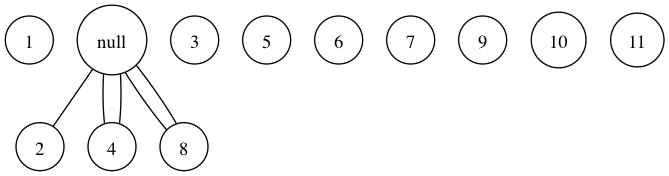
Before: project/caw001.txt.ig.png, a diagram exported from Graphviz (chris-wood/PL241-Compiler). Its source is kept beside it as project/caw001.txt.ig.dot.
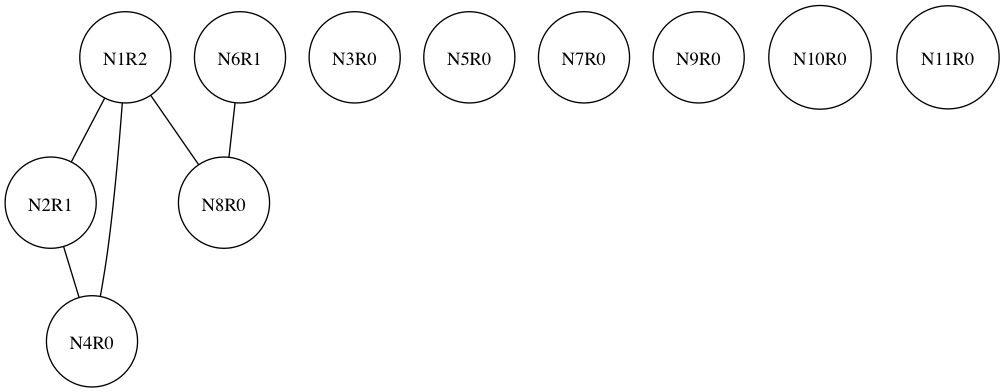
After the commit.

Diff of the diagram source:
```diff
@@ -1,19 +1,19 @@
 graph ig {
     node [shape = circle];
-    1null;
-    2null;
-    3null;
-    4null;
-    5null;
-    6null;
-    7null;
-    8null;
-    9null;
-    10null;
-    11null;
-    1null -- 8null;
-    1null -- 4null;
-    1null -- 2null;
-    2null -- 4null;
-    6null -- 8null;
+    N1R2;
+    N2R1;
+    N3R0;
+    N4R0;
+    N5R0;
+    N6R1;
+    N7R0;
+    N8R0;
+    N9R0;
+    N10R0;
+    N11R0;
+    N1R2 -- N8R0;
+    N1R2 -- N4R0;
+    N1R2 -- N2R1;
+    N2R1 -- N4R0;
+    N6R1 -- N8R0;
 }
```
